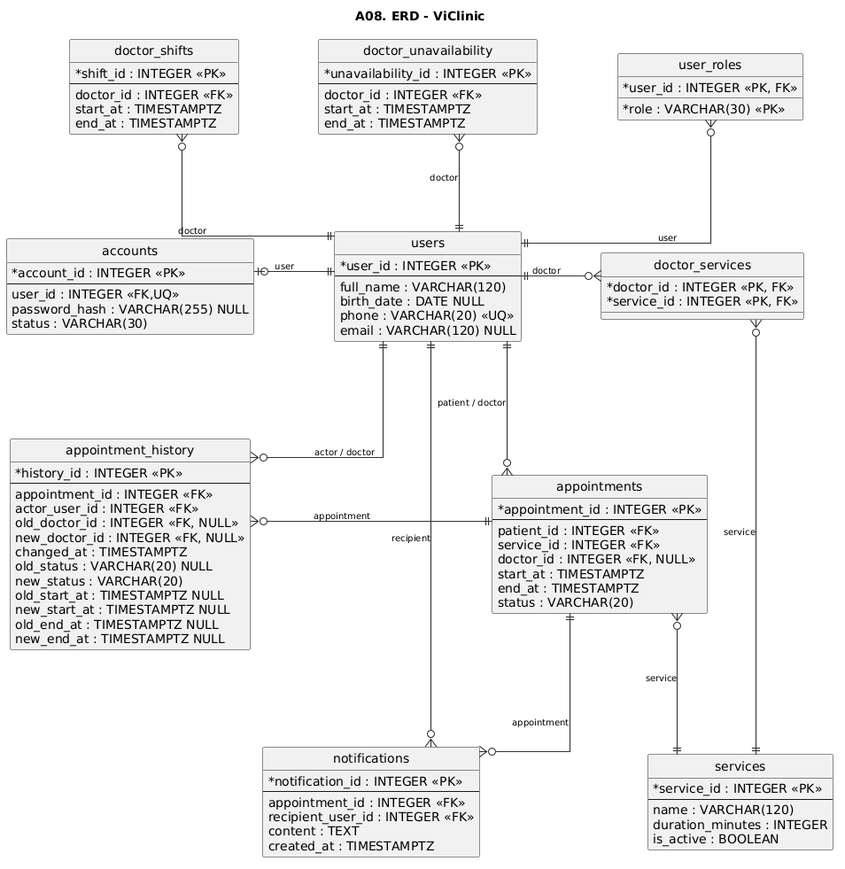
Before: doc/database-design/ERD.png, a diagram exported from PlantUML (KhaVan-oi/ViClinic). Its source is kept beside it as doc/database-design/ERD.puml.
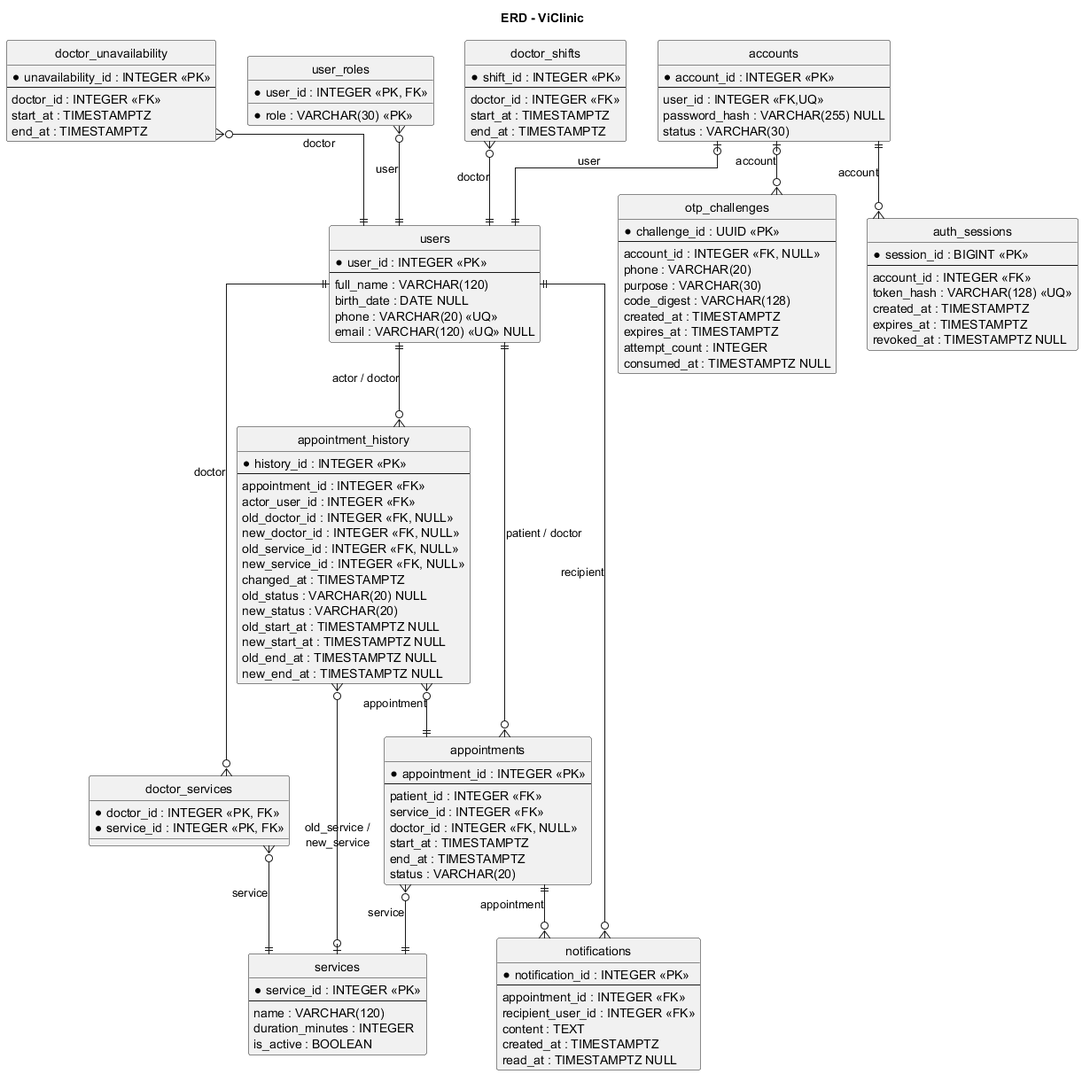
Later version of the same file.

What changed in the source:
```diff
@@ -1,19 +1,9 @@
 @startuml
 
-title A08. ERD - ViClinic
-
-top to bottom direction
-hide circle
+title ERD - ViClinic
 
 skinparam linetype ortho
-skinparam shadowing false
-skinparam roundcorner 4
-skinparam classAttributeIconSize 0
-skinparam nodesep 90
-skinparam ranksep 110
-skinparam ArrowColor #333333
-skinparam ArrowThickness 1.1
-skinparam ArrowFontSize 10
+hide circle
 
 entity "doctor_shifts" as DOCTOR_SHIFTS {
   *shift_id : INTEGER <<PK>>
@@ -44,13 +34,36 @@
   status : VARCHAR(30)
 }
 
+entity "auth_sessions" as AUTH_SESSIONS {
+  *session_id : BIGINT <<PK>>
+  --
+  account_id : INTEGER <<FK>>
+  token_hash : VARCHAR(128) <<UQ>>
+  created_at : TIMESTAMPTZ
+  expires_at : TIMESTAMPTZ
+  revoked_at : TIMESTAMPTZ NULL
+}
+
+entity "otp_challenges" as OTP_CHALLENGES {
+  *challenge_id : UUID <<PK>>
+  --
+  account_id : INTEGER <<FK, NULL>>
+  phone : VARCHAR(20)
+  purpose : VARCHAR(30)
+  code_digest : VARCHAR(128)
+  created_at : TIMESTAMPTZ
+  expires_at : TIMESTAMPTZ
+  attempt_count : INTEGER
+  consumed_at : TIMESTAMPTZ NULL
+}
+
 entity "users" as USERS {
   *user_id : INTEGER <<PK>>
   --
   full_name : VARCHAR(120)
   birth_date : DATE NULL
   phone : VARCHAR(20) <<UQ>>
-  email : VARCHAR(120) NULL
+  email : VARCHAR(120) <<UQ>> NULL
 }
 
 entity "doctor_services" as DOCTOR_SERVICES {
@@ -65,6 +78,8 @@
   actor_user_id : INTEGER <<FK>>
   old_doctor_id : INTEGER <<FK, NULL>>
   new_doctor_id : INTEGER <<FK, NULL>>
+  old_service_id : INTEGER <<FK, NULL>>
+  new_service_id : INTEGER <<FK, NULL>>
   changed_at : TIMESTAMPTZ
   old_status : VARCHAR(20) NULL
   new_status : VARCHAR(20)
@@ -92,6 +107,7 @@
   recipient_user_id : INTEGER <<FK>>
   content : TEXT
   created_at : TIMESTAMPTZ
+  read_at : TIMESTAMPTZ NULL
 }
 
 entity "services" as SERVICES {
@@ -102,35 +118,24 @@
   is_active : BOOLEAN
 }
 
-DOCTOR_SHIFTS -[hidden]right- DOCTOR_UNAVAILABILITY
-DOCTOR_UNAVAILABILITY -[hidden]right- USER_ROLES
+DOCTOR_SHIFTS }o--|| USERS : "doctor"
+DOCTOR_UNAVAILABILITY }o--|| USERS : "doctor"
+USER_ROLES }o--|| USERS : "user"
 
-ACCOUNTS -[hidden]right- USERS
-USERS -[hidden]right----- DOCTOR_SERVICES
+ACCOUNTS |o--|| USERS : "user"
+ACCOUNTS ||--o{ AUTH_SESSIONS : "account"
+ACCOUNTS |o--o{ OTP_CHALLENGES : "account"
+USERS ||--o{ DOCTOR_SERVICES : "doctor"
 
-APPOINTMENT_HISTORY -[hidden]right- APPOINTMENTS
-APPOINTMENTS -[hidden]right- NOTIFICATIONS
+USERS ||--o{ APPOINTMENT_HISTORY : "actor / doctor"
+USERS ||--o{ APPOINTMENTS : "patient / doctor"
+USERS ||--o{ NOTIFICATIONS : "recipient"
 
-DOCTOR_SHIFTS -[hidden]down- ACCOUNTS
-ACCOUNTS -[hidden]down- APPOINTMENT_HISTORY
-DOCTOR_UNAVAILABILITY -[hidden]down- USERS
-USER_ROLES -[hidden]down--- NOTIFICATIONS
+APPOINTMENT_HISTORY }o--|| APPOINTMENTS : "appointment"
+APPOINTMENTS ||--o{ NOTIFICATIONS : "appointment"
 
-DOCTOR_SHIFTS }o-down-|| USERS : "doctor"
-DOCTOR_UNAVAILABILITY }o-down-|| USERS : "doctor"
-USER_ROLES }o-down-|| USERS : "user"
-
-ACCOUNTS |o-right-|| USERS : "user"
-USERS ||-right-o{ DOCTOR_SERVICES : "doctor"
-
-USERS ||-down-o{ APPOINTMENT_HISTORY : "actor / doctor"
-USERS ||-down-o{ APPOINTMENTS : "patient / doctor"
-USERS ||-down-o{ NOTIFICATIONS : "recipient"
-
-APPOINTMENT_HISTORY }o-right-|| APPOINTMENTS : "appointment"
-APPOINTMENTS ||-right-o{ NOTIFICATIONS : "appointment"
-
-APPOINTMENTS }o-down-|| SERVICES : "service"
-DOCTOR_SERVICES }o-down-|| SERVICES : "service"
+APPOINTMENTS }o--|| SERVICES : "service"
+DOCTOR_SERVICES }o--|| SERVICES : "service"
+APPOINTMENT_HISTORY }o--o| SERVICES : "old_service /\nnew_service"
 
 @enduml
```
